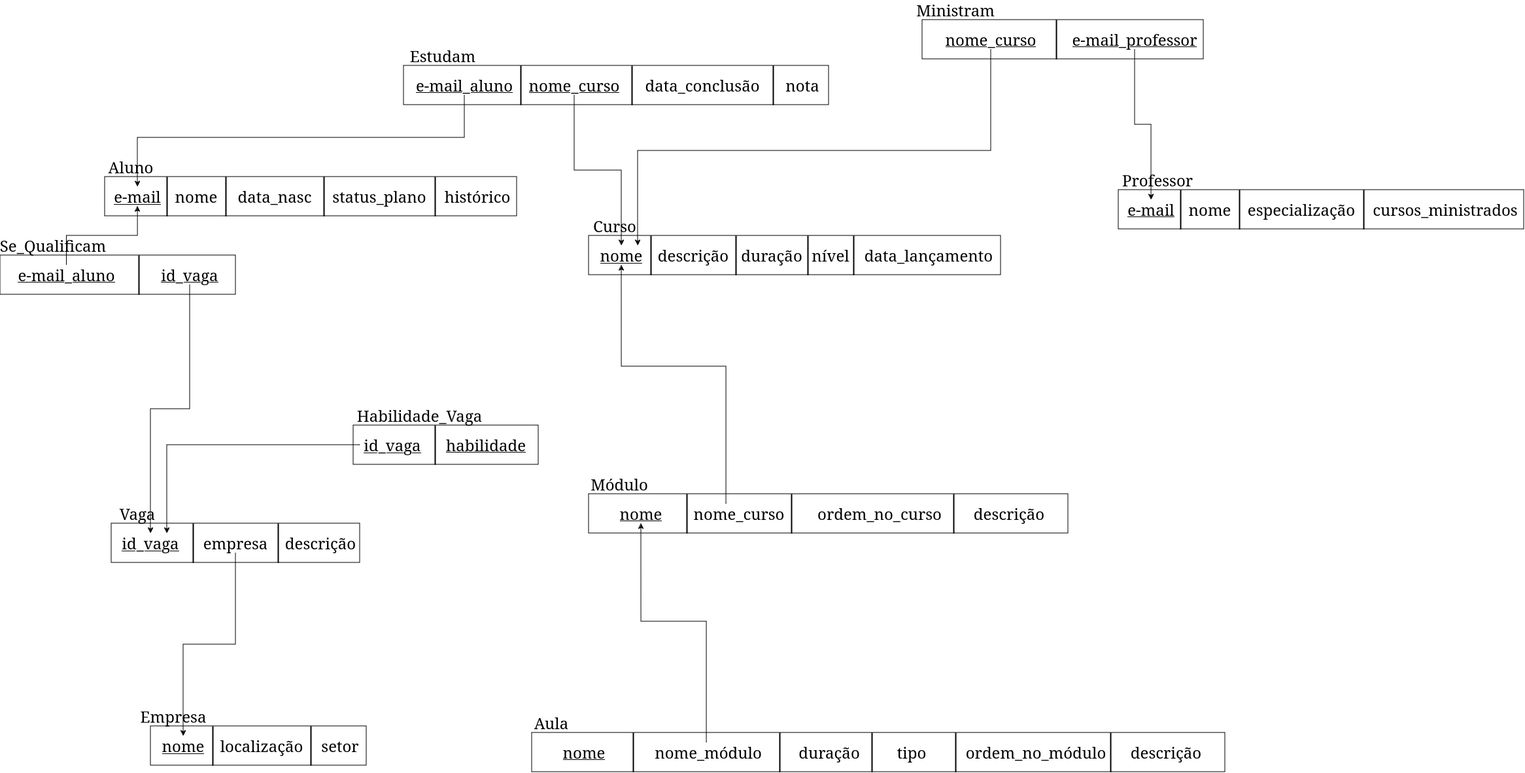
This is Diagrama/Diagrama Lógico/diagramaLógicoBD_v2.png from kenjiThiago/ProjetoBD1, a draw.io export, as it was before one commit. Source tidied: cells renumbered, new cells last; positions are measured from the earlier drawing's top-left corner, leaving out a move shared by most shapes.
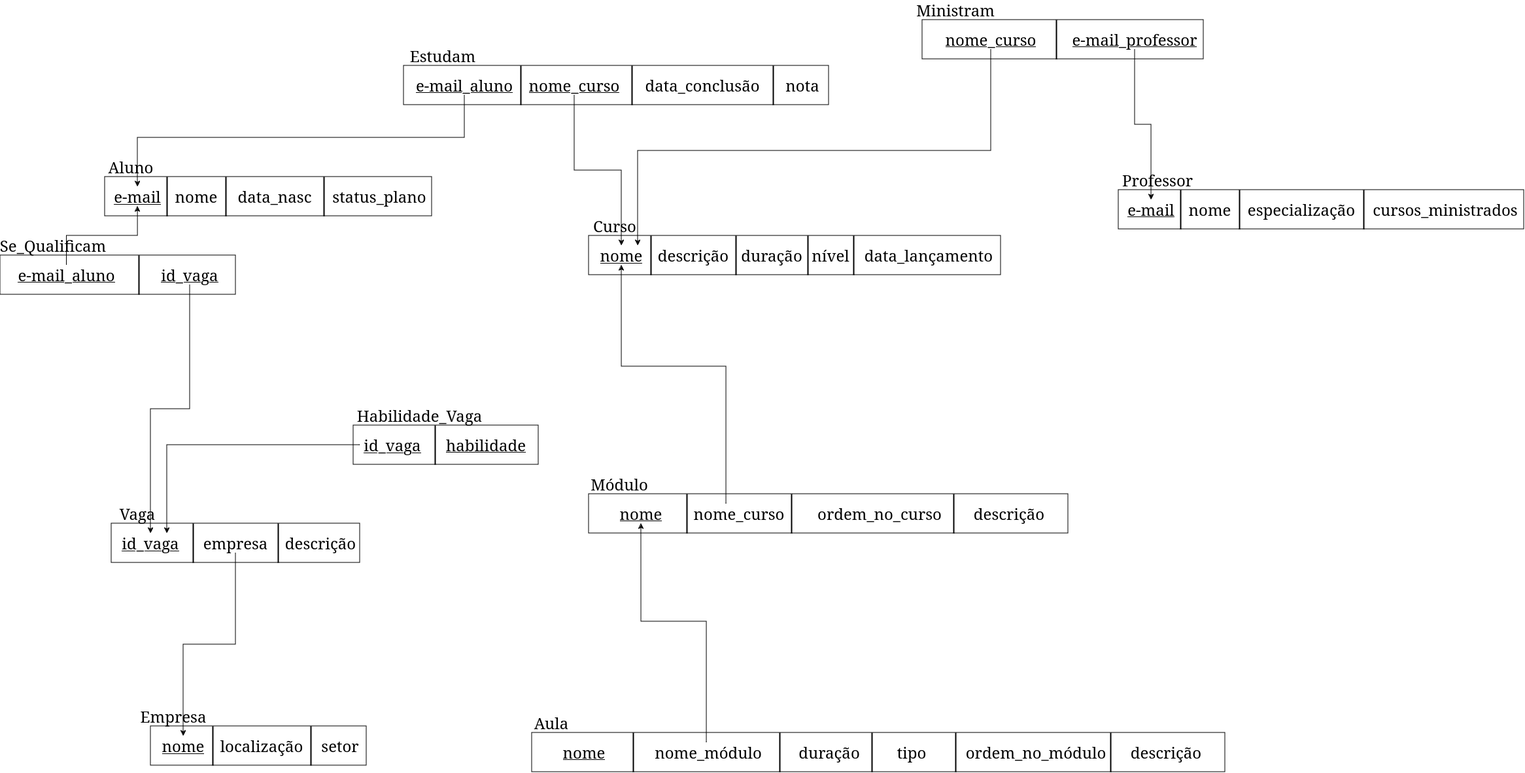
After the commit.

Commit message:
[Diagrama] Arrumado o mapeamento

Diff of the diagram source:
```diff
@@ -3,7 +3,7 @@
     <mxCell id="0" />
     <mxCell id="1" parent="0" />
     <mxCell id="2" style="rounded=0;whiteSpace=wrap;html=1;" parent="1" vertex="1">
-      <mxGeometry x="160" y="270" width="630" height="60" as="geometry" />
+      <mxGeometry x="160" y="270" width="500" height="60" as="geometry" />
     </mxCell>
     <mxCell id="3" value="&lt;font face=&quot;Verdana&quot; style=&quot;font-size: 24px;&quot;&gt;Aluno&lt;/font&gt;" style="text;html=1;align=center;verticalAlign=middle;whiteSpace=wrap;rounded=0;" parent="1" vertex="1">
       <mxGeometry x="170" y="240" width="60" height="30" as="geometry" />
@@ -20,9 +20,6 @@
     <mxCell id="7" value="&lt;font face=&quot;Verdana&quot; style=&quot;font-size: 24px;&quot;&gt;status_plano&lt;/font&gt;" style="text;html=1;align=center;verticalAlign=middle;whiteSpace=wrap;rounded=0;" parent="1" vertex="1">
       <mxGeometry x="530" y="285" width="100" height="30" as="geometry" />
     </mxCell>
-    <mxCell id="8" value="&lt;font face=&quot;Verdana&quot; style=&quot;font-size: 24px;&quot;&gt;histórico&lt;/font&gt;" style="text;html=1;align=center;verticalAlign=middle;whiteSpace=wrap;rounded=0;" parent="1" vertex="1">
-      <mxGeometry x="680" y="285" width="100" height="30" as="geometry" />
-    </mxCell>
     <mxCell id="9" style="line;strokeWidth=2;direction=south;html=1;" parent="1" vertex="1">
       <mxGeometry x="250" y="270" width="10" height="60" as="geometry" />
     </mxCell>
@@ -32,9 +29,6 @@
     <mxCell id="11" style="line;strokeWidth=2;direction=south;html=1;" parent="1" vertex="1">
       <mxGeometry x="490" y="270" width="10" height="60" as="geometry" />
     </mxCell>
-    <mxCell id="12" style="line;strokeWidth=2;direction=south;html=1;" parent="1" vertex="1">
-      <mxGeometry x="660" y="270" width="10" height="60" as="geometry" />
-    </mxCell>
     <mxCell id="13" style="rounded=0;whiteSpace=wrap;html=1;" parent="1" vertex="1">
       <mxGeometry x="900" y="360" width="630" height="60" as="geometry" />
     </mxCell>
```
